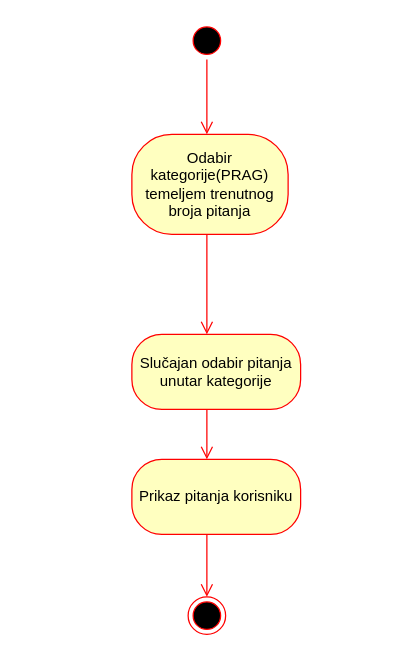
This is page "Activity: Postavljanje pitanja" (5 of 8) of UML_Diagrami.drawio from Kristian383/upi-projekt, a draw.io file, before an edit. Source tidied: cells renumbered, new cells numbered last; positions are measured from the earlier drawing's top-left corner, leaving out a move shared by most shapes. Both pictures are drawn from the tidied source at 125%, with x=0, y=0 at pixel (131, 21).
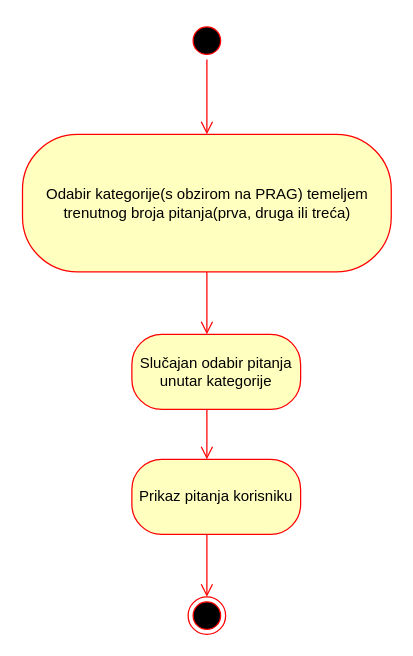
After the change.

The edit, as a diff of the source:
```diff
@@
 <mxGraphModel>
   <root>
     <mxCell id="0" />
     <mxCell id="1" parent="0" />
     <mxCell id="2" style="ellipse;html=1;shape=startState;fillColor=#000000;strokeColor=#ff0000;" parent="1" vertex="1">
       <mxGeometry x="45" width="30" height="30" as="geometry" />
     </mxCell>
     <mxCell id="3" style="edgeStyle=orthogonalEdgeStyle;html=1;verticalAlign=bottom;endArrow=open;endSize=8;strokeColor=#ff0000;" parent="1" edge="1" source="2">
       <mxGeometry relative="1" as="geometry">
         <mxPoint x="60" y="90" as="targetPoint" />
       </mxGeometry>
     </mxCell>
     <mxCell id="4" style="ellipse;html=1;shape=endState;fillColor=#000000;strokeColor=#ff0000;" parent="1" vertex="1">
       <mxGeometry x="45" y="460" width="30" height="30" as="geometry" />
     </mxCell>
-    <mxCell id="5" value="Odabir kategorije(PRAG) temeljem trenutnog broja pitanja" style="rounded=1;whiteSpace=wrap;html=1;arcSize=40;fontColor=#000000;fillColor=#ffffc0;strokeColor=#ff0000;" parent="1" vertex="1">
-      <mxGeometry y="90" width="125" height="80" as="geometry" />
+    <mxCell id="5" value="Odabir kategorije(s obzirom na PRAG) temeljem trenutnog broja pitanja(prva, druga ili treća)" style="rounded=1;whiteSpace=wrap;html=1;arcSize=40;fontColor=#000000;fillColor=#ffffc0;strokeColor=#ff0000;" parent="1" vertex="1">
+      <mxGeometry x="-87.5" y="90" width="295" height="110" as="geometry" />
     </mxCell>
     <mxCell id="6" style="edgeStyle=orthogonalEdgeStyle;html=1;verticalAlign=bottom;endArrow=open;endSize=8;strokeColor=#ff0000;" parent="1" edge="1" source="5">
       <mxGeometry relative="1" as="geometry">
         <mxPoint x="60" y="250" as="targetPoint" />
         <Array as="points">
           <mxPoint x="60" y="190" />
           <mxPoint x="60" y="190" />
         </Array>
       </mxGeometry>
     </mxCell>
     <mxCell id="7" value="Slučajan odabir pitanja unutar kategorije" style="rounded=1;whiteSpace=wrap;html=1;arcSize=40;fontColor=#000000;fillColor=#ffffc0;strokeColor=#ff0000;" parent="1" vertex="1">
       <mxGeometry y="250" width="135" height="60" as="geometry" />
     </mxCell>
     <mxCell id="8" style="edgeStyle=orthogonalEdgeStyle;html=1;verticalAlign=bottom;endArrow=open;endSize=8;strokeColor=#ff0000;" parent="1" edge="1" source="7">
       <mxGeometry relative="1" as="geometry">
         <mxPoint x="60" y="350" as="targetPoint" />
         <Array as="points">
           <mxPoint x="60" y="330" />
           <mxPoint x="60" y="330" />
         </Array>
       </mxGeometry>
     </mxCell>
     <mxCell id="9" value="Prikaz pitanja korisniku" style="rounded=1;whiteSpace=wrap;html=1;arcSize=40;fontColor=#000000;fillColor=#ffffc0;strokeColor=#ff0000;" parent="1" vertex="1">
       <mxGeometry y="350" width="135" height="60" as="geometry" />
     </mxCell>
     <mxCell id="10" style="edgeStyle=orthogonalEdgeStyle;html=1;verticalAlign=bottom;endArrow=open;endSize=8;strokeColor=#ff0000;" parent="1" edge="1" source="9">
       <mxGeometry relative="1" as="geometry">
         <mxPoint x="60" y="460" as="targetPoint" />
         <Array as="points">
           <mxPoint x="60" y="450" />
         </Array>
       </mxGeometry>
     </mxCell>
   </root>
 </mxGraphModel>
```
